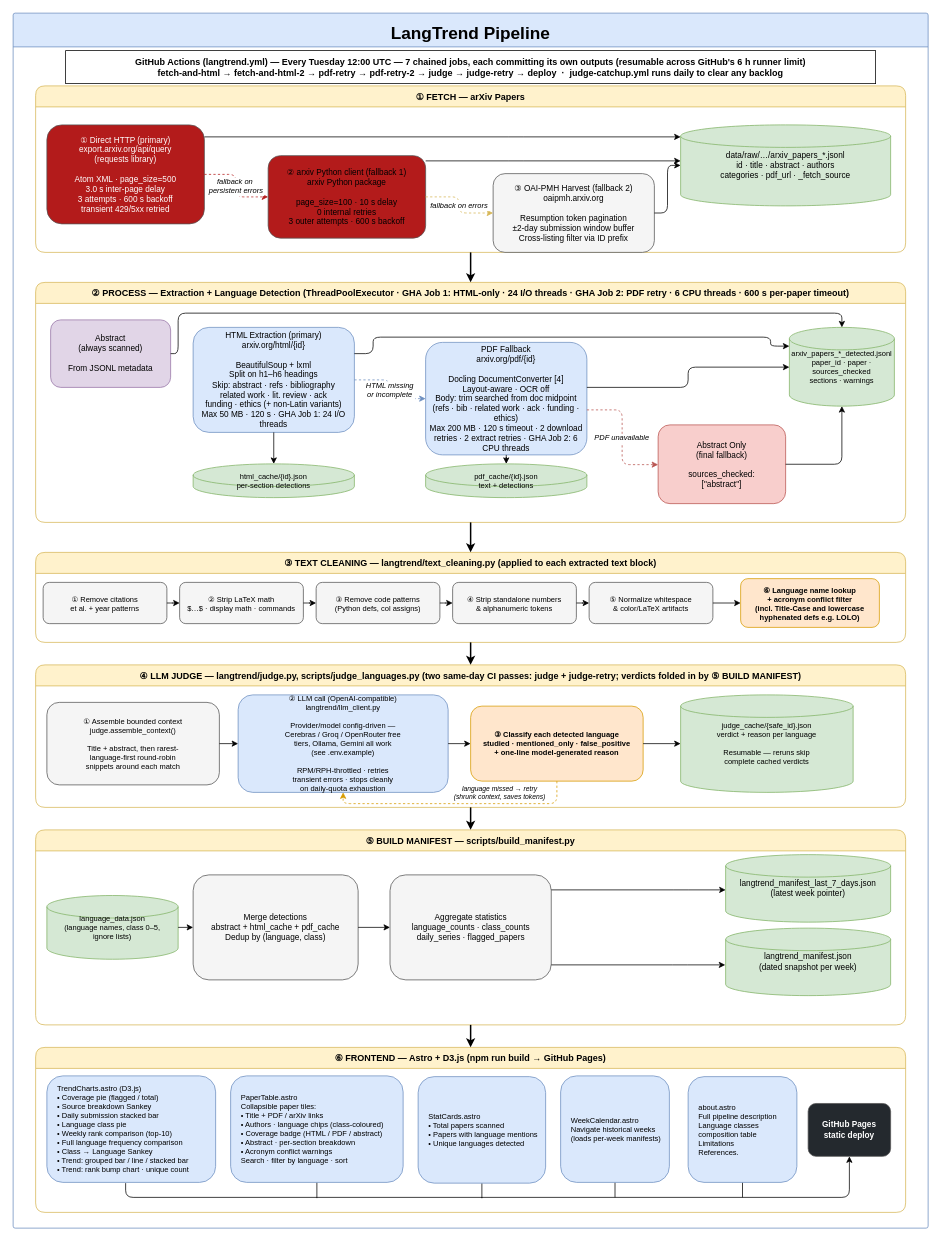
kavindu-w/langtrend keeps this draw.io diagram as docs/diagrams/langtrend_pipeline.drawio. Above is the earlier version. Source tidied: cells renumbered, new cells numbered last; positions are measured from the earlier drawing's top-left corner, leaving out a move shared by most shapes. Both pictures are drawn from the tidied source at 75%, with x=0, y=0 at pixel (13, 13).
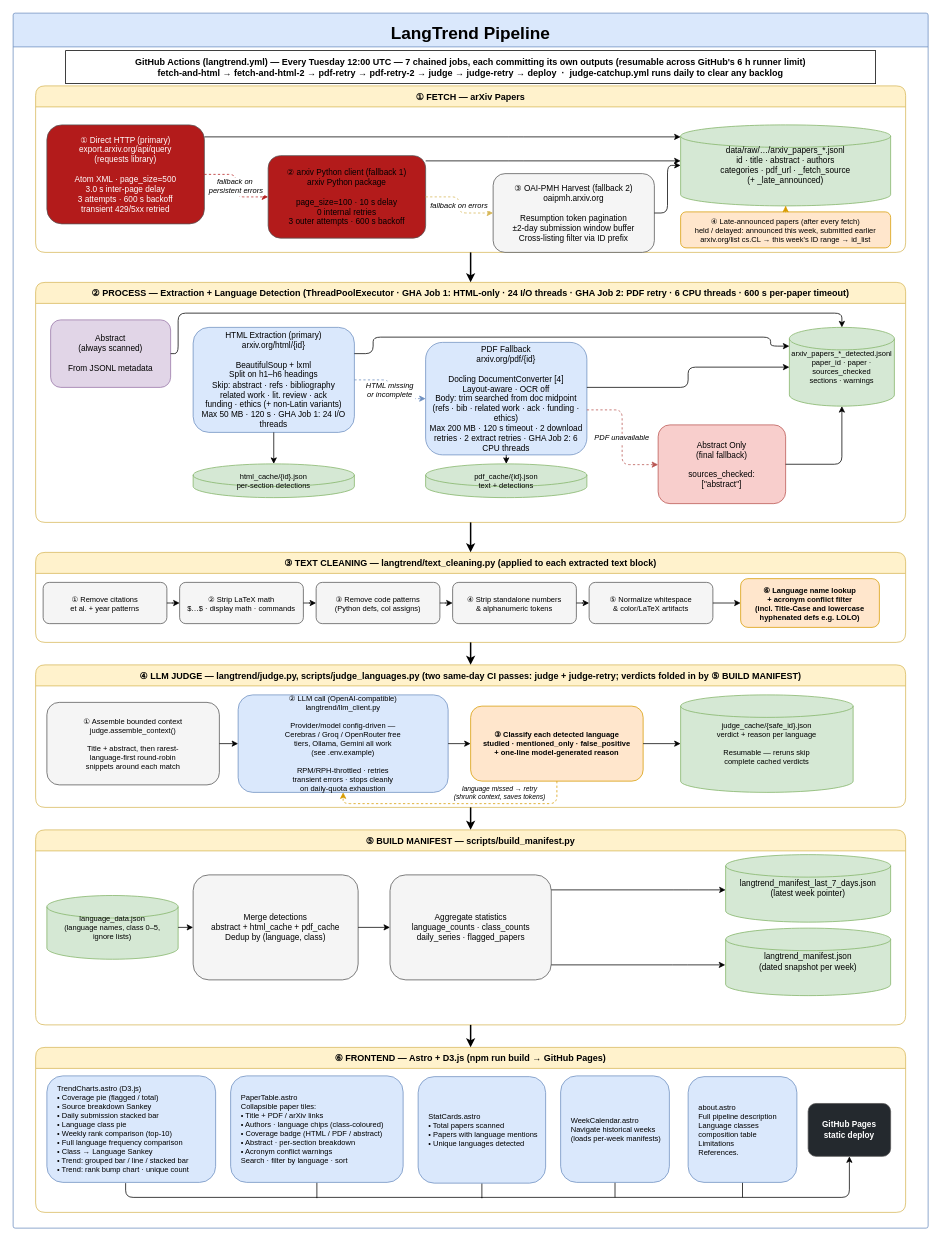
After the change.

Commit message (it also covers changes not shown here):
fix(fetch): recover papers announced after their submission week

The change refers to these unchanged cells:
```xml
<mxCell id="3" value="① FETCH — arXiv Papers" style="swimlane;startSize=28;fillColor=#fff2cc;strokeColor=#d6b656;fontSize=12;fontStyle=1;rounded=1;" parent="2" vertex="1">
  <mxGeometry x="30" y="97" width="1160" height="222" as="geometry" />
</mxCell>
```

Diff of the diagram source:
```diff
@@
-    <mxCell id="7" value="data/raw/…/arxiv_papers_*.jsonl&#10;id · title · abstract · authors&#10;categories · pdf_url · _fetch_source" style="shape=cylinder3;whiteSpace=wrap;fillColor=#d5e8d4;strokeColor=#82b366;fontSize=11;verticalLabelPosition=middle;" parent="3" vertex="1">
+    <mxCell id="7" value="data/raw/…/arxiv_papers_*.jsonl&#10;id · title · abstract · authors&#10;categories · pdf_url · _fetch_source&#10;(+ _late_announced)" style="shape=cylinder3;whiteSpace=wrap;fillColor=#d5e8d4;strokeColor=#82b366;fontSize=11;verticalLabelPosition=middle;" parent="3" vertex="1">
       <mxGeometry x="860" y="52" width="280" height="108" as="geometry" />
     </mxCell>
+    <mxCell id="78" value="④ Late-announced papers (after every fetch)&#10;held / delayed: announced this week, submitted earlier&#10;arxiv.org/list cs.CL → this week's ID range → id_list" style="rounded=1;whiteSpace=wrap;fillColor=#ffe6cc;strokeColor=#d79b00;fontSize=10;" parent="3" vertex="1">
+      <mxGeometry x="860" y="168" width="280" height="48" as="geometry" />
+    </mxCell>
+    <mxCell id="79" style="edgeStyle=orthogonalEdgeStyle;dashed=1;strokeColor=#d79b00;" parent="3" edge="1" source="78" target="7">
+      <mxGeometry relative="1" as="geometry" />
+    </mxCell>
```
